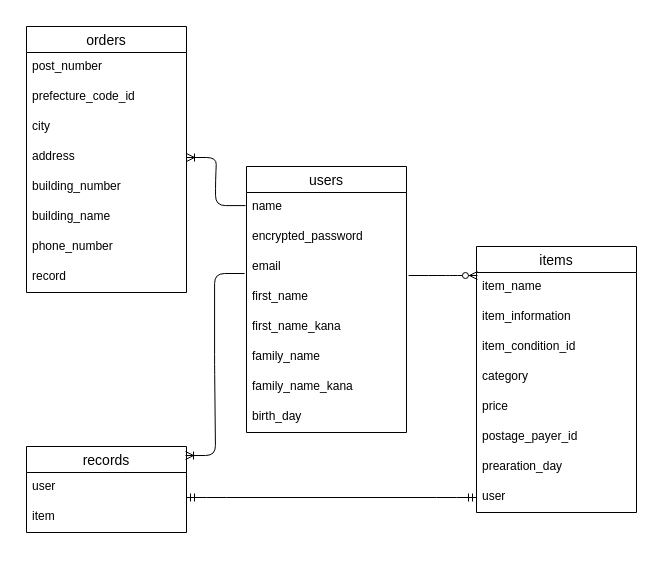
This is test.dio from kuzuyu/furima-37291, a draw.io file, before an edit. Source tidied: cells renumbered, new cells numbered last; positions are measured from the earlier drawing's top-left corner, leaving out a move shared by most shapes. Both pictures are drawn from the tidied source at 100%, with x=0, y=0 at pixel (26, 26).
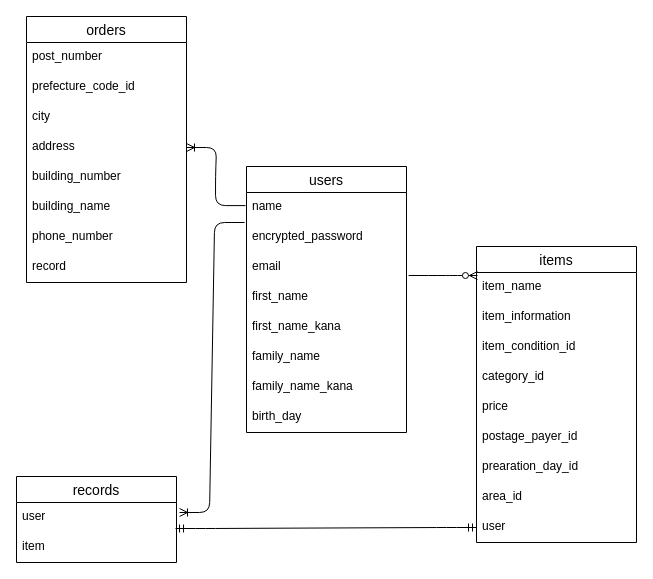
The same page after the edit.

Unchanged cells that the change refers to:
```xml
<mxCell id="4" value="encrypted_password" style="text;strokeColor=none;fillColor=none;spacingLeft=4;spacingRight=4;overflow=hidden;points=[[0,0.5],[1,0.5]];portConstraint=eastwest;fontSize=12;" parent="2" vertex="1">
  <mxGeometry y="56" width="160" height="30" as="geometry" />
</mxCell>
<mxCell id="5" value="email" style="text;strokeColor=none;fillColor=none;spacingLeft=4;spacingRight=4;overflow=hidden;points=[[0,0.5],[1,0.5]];portConstraint=eastwest;fontSize=12;" parent="2" vertex="1">
  <mxGeometry y="86" width="160" height="30" as="geometry" />
</mxCell>
<mxCell id="32" value="user" style="text;strokeColor=none;fillColor=none;spacingLeft=4;spacingRight=4;overflow=hidden;points=[[0,0.5],[1,0.5]];portConstraint=eastwest;fontSize=12;" parent="31" vertex="1">
  <mxGeometry y="26" width="160" height="30" as="geometry" />
</mxCell>
```

The edit, as a diff of the source:
```diff
@@
     <mxCell id="11" value="orders" style="swimlane;fontStyle=0;horizontal=1;startSize=26;align=center;fontSize=14;" parent="1" vertex="1">
-      <mxGeometry width="160" height="266" as="geometry" />
+      <mxGeometry y="-10" width="160" height="266" as="geometry" />
     </mxCell>
@@
     <mxCell id="20" value="items" style="swimlane;fontStyle=0;horizontal=1;startSize=26;align=center;fontSize=14;" parent="1" vertex="1">
-      <mxGeometry x="450" y="220" width="160" height="266" as="geometry" />
+      <mxGeometry x="450" y="220" width="160" height="296" as="geometry" />
     </mxCell>
@@
-    <mxCell id="24" value="category" style="text;strokeColor=none;fillColor=none;spacingLeft=4;spacingRight=4;overflow=hidden;fontSize=12;" parent="20" vertex="1">
+    <mxCell id="24" value="category_id" style="text;strokeColor=none;fillColor=none;spacingLeft=4;spacingRight=4;overflow=hidden;fontSize=12;" parent="20" vertex="1">
       <mxGeometry y="116" width="160" height="30" as="geometry" />
     </mxCell>
@@
-    <mxCell id="27" value="prearation_day" style="text;strokeColor=none;fillColor=none;spacingLeft=4;spacingRight=4;overflow=hidden;fontSize=12;" parent="20" vertex="1">
+    <mxCell id="27" value="prearation_day_id" style="text;strokeColor=none;fillColor=none;spacingLeft=4;spacingRight=4;overflow=hidden;fontSize=12;" parent="20" vertex="1">
       <mxGeometry y="206" width="160" height="30" as="geometry" />
     </mxCell>
+    <mxCell id="36" value="area_id" style="text;strokeColor=none;fillColor=none;spacingLeft=4;spacingRight=4;overflow=hidden;fontSize=12;" parent="20" vertex="1">
+      <mxGeometry y="236" width="160" height="30" as="geometry" />
+    </mxCell>
     <mxCell id="28" value="user" style="text;strokeColor=none;fillColor=none;spacingLeft=4;spacingRight=4;overflow=hidden;points=[[0,0.5],[1,0.5]];portConstraint=eastwest;fontSize=12;" parent="20" vertex="1">
-      <mxGeometry y="236" width="160" height="30" as="geometry" />
+      <mxGeometry y="266" width="160" height="30" as="geometry" />
     </mxCell>
@@
     <mxCell id="31" value="records" style="swimlane;fontStyle=0;horizontal=1;startSize=26;align=center;fontSize=14;" parent="1" vertex="1">
-      <mxGeometry y="420" width="160" height="86" as="geometry" />
+      <mxGeometry x="-10" y="450" width="160" height="86" as="geometry" />
     </mxCell>
@@
-    <mxCell id="34" style="edgeStyle=entityRelationEdgeStyle;fontSize=12;html=1;endArrow=ERoneToMany;exitX=-0.012;exitY=0.7;exitDx=0;exitDy=0;exitPerimeter=0;entryX=0.994;entryY=0.105;entryDx=0;entryDy=0;entryPerimeter=0;" parent="1" edge="1" source="5" target="31">
+    <mxCell id="34" style="edgeStyle=entityRelationEdgeStyle;fontSize=12;html=1;endArrow=ERoneToMany;exitX=-0.012;exitY=0;exitDx=0;exitDy=0;exitPerimeter=0;entryX=1.019;entryY=0.333;entryDx=0;entryDy=0;entryPerimeter=0;" parent="1" edge="1" source="4" target="32">
       <mxGeometry relative="1" as="geometry" />
     </mxCell>
-    <mxCell id="35" style="edgeStyle=entityRelationEdgeStyle;fontSize=12;html=1;endArrow=ERmandOne;startArrow=ERmandOne;" parent="1" edge="1" target="28">
-      <mxGeometry relative="1" as="geometry">
-        <mxPoint x="160" y="471" as="sourcePoint" />
-      </mxGeometry>
+    <mxCell id="35" style="edgeStyle=entityRelationEdgeStyle;fontSize=12;html=1;endArrow=ERmandOne;startArrow=ERmandOne;exitX=0.994;exitY=0.867;exitDx=0;exitDy=0;exitPerimeter=0;" parent="1" edge="1" source="32" target="28">
+      <mxGeometry relative="1" as="geometry" />
     </mxCell>
```
